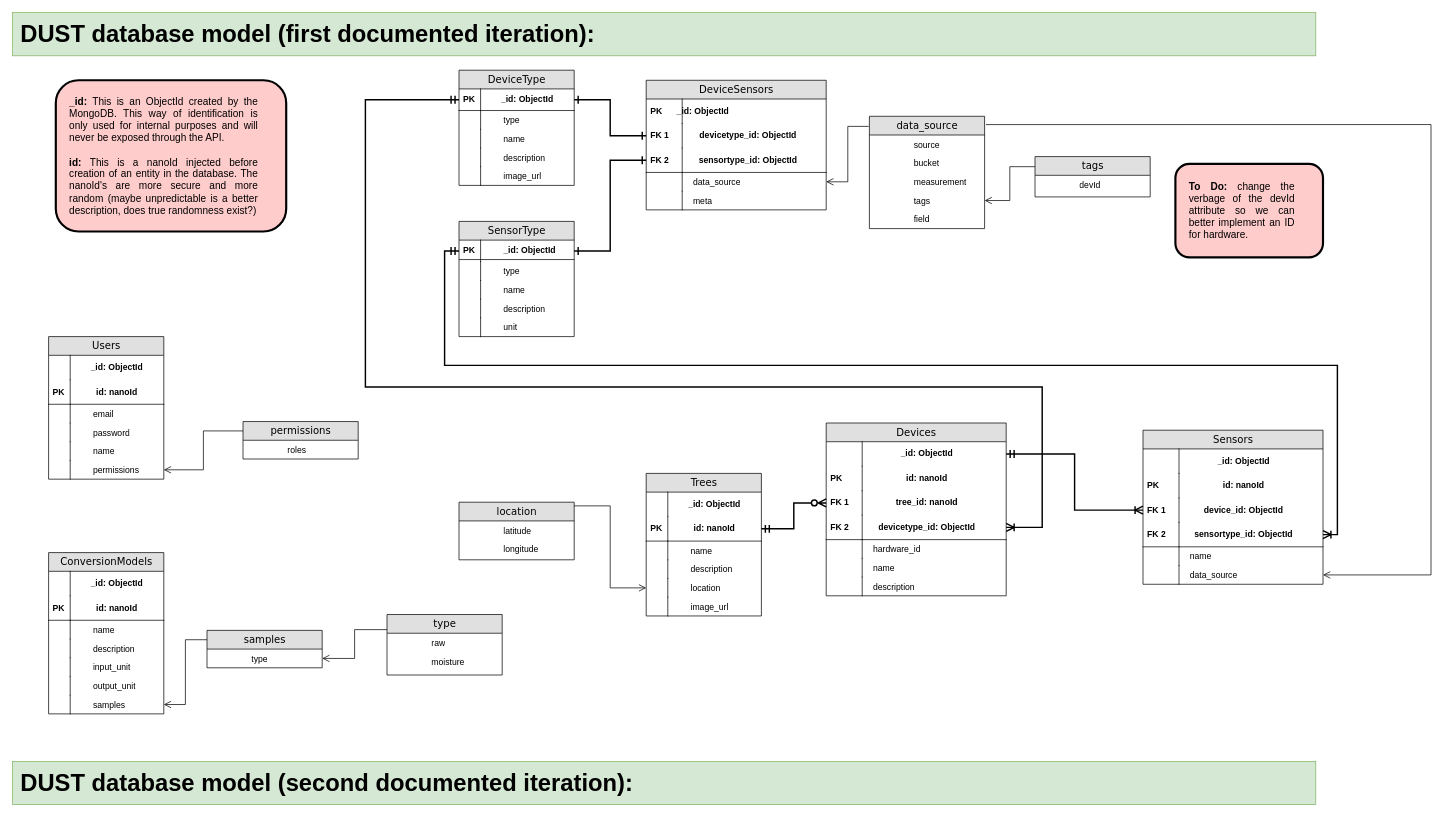
This is backend/img/backend-datamodel.drawio from vives-dust/framework, a draw.io file, before an edit. Source tidied: cells renumbered, new cells numbered last; positions are measured from the earlier drawing's top-left corner, leaving out a move shared by most shapes. Both pictures are drawn from the tidied source at 72%, with x=0, y=0 at pixel (12, 12).
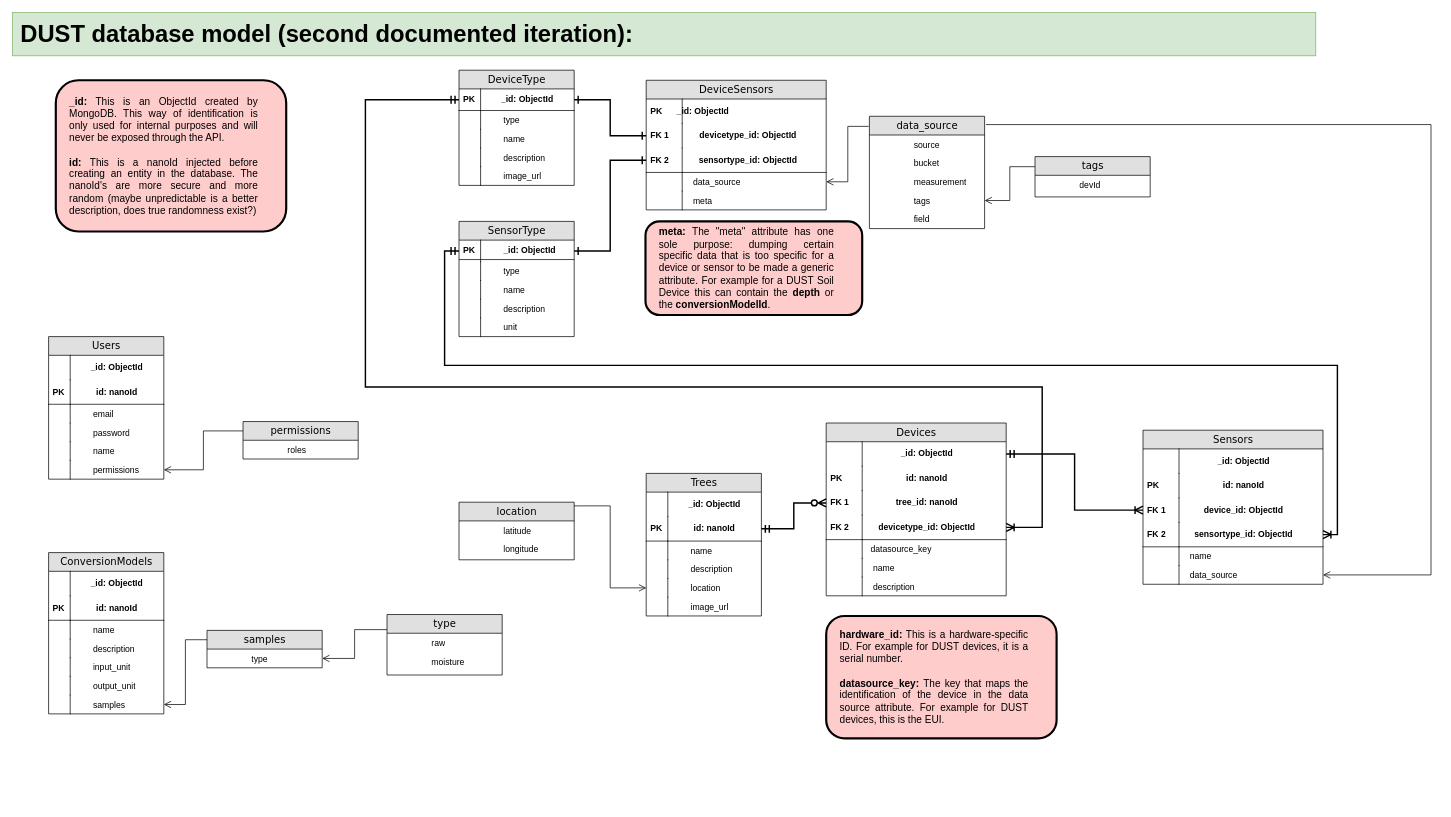
After the change.

The change refers to these unchanged cells:
```xml
<mxCell id="66" value="Devices" style="swimlane;html=1;fontStyle=0;horizontal=1;startSize=26;fillColor=#e0e0e0;swimlaneFillColor=#ffffff;align=center;rounded=0;shadow=0;comic=0;labelBackgroundColor=none;strokeWidth=1;fontFamily=Verdana;fontSize=14;" parent="1" vertex="1">
  <mxGeometry x="1130" y="570" width="250" height="240" as="geometry" />
</mxCell>
```

The edit, as a diff of the source:
```diff
@@
-<mxGraphModel>
+<mxGraphModel background="#ffffff">
@@
-    <mxCell id="42" value="&lt;font style=&quot;font-size: 33px;&quot;&gt;&lt;span style=&quot;font-size: 33px;&quot;&gt;&lt;span style=&quot;white-space: pre; font-size: 33px;&quot;&gt; &lt;/span&gt;DUST database model (first documented iteration):&lt;/span&gt;&lt;/font&gt;" style="rounded=0;whiteSpace=wrap;html=1;fillColor=#d5e8d4;strokeColor=#82b366;align=left;fontStyle=1;fontSize=33;" parent="1" vertex="1">
+    <mxCell id="42" value="&lt;font style=&quot;font-size: 33px;&quot;&gt;&lt;span style=&quot;font-size: 33px;&quot;&gt;&lt;span style=&quot;white-space: pre; font-size: 33px;&quot;&gt; &lt;/span&gt;DUST database model (second documented iteration):&lt;/span&gt;&lt;/font&gt;" style="rounded=0;whiteSpace=wrap;html=1;fillColor=#d5e8d4;strokeColor=#82b366;align=left;fontStyle=1;fontSize=33;" parent="1" vertex="1">
       <mxGeometry width="1810" height="60" as="geometry" />
     </mxCell>
@@
-    <mxCell id="75" value="&lt;span style=&quot;white-space: pre;&quot;&gt; &lt;/span&gt;hardware_id" style="shape=partialRectangle;top=0;left=0;right=0;bottom=0;html=1;align=left;verticalAlign=top;fillColor=none;spacingLeft=60;spacingRight=4;whiteSpace=wrap;overflow=hidden;" parent="66" vertex="1">
+    <mxCell id="75" value="&lt;span style=&quot;white-space: pre;&quot;&gt;datasource_key&lt;/span&gt;" style="shape=partialRectangle;top=0;left=0;right=0;bottom=0;html=1;align=left;verticalAlign=top;fillColor=none;spacingLeft=60;spacingRight=4;whiteSpace=wrap;overflow=hidden;" parent="66" vertex="1">
       <mxGeometry y="162" width="250" height="26" as="geometry" />
     </mxCell>
@@
-    <mxCell id="137" value="&lt;div style=&quot;text-align: justify; font-size: 14px;&quot;&gt;&lt;span style=&quot;background-color: initial; font-size: 14px;&quot;&gt;&lt;font style=&quot;font-size: 14px;&quot;&gt;&lt;b style=&quot;font-size: 14px;&quot;&gt;_id:&lt;/b&gt; This is an ObjectId created by the MongoDB. This way of identification is only used for internal purposes and will never be exposed through the API.&lt;/font&gt;&lt;/span&gt;&lt;/div&gt;&lt;div style=&quot;text-align: justify; font-size: 14px;&quot;&gt;&lt;font style=&quot;font-size: 14px;&quot;&gt;&lt;br style=&quot;font-size: 14px;&quot;&gt;&lt;/font&gt;&lt;/div&gt;&lt;div style=&quot;text-align: justify; font-size: 14px;&quot;&gt;&lt;span style=&quot;background-color: initial; font-size: 14px;&quot;&gt;&lt;font style=&quot;font-size: 14px;&quot;&gt;&lt;b style=&quot;font-size: 14px;&quot;&gt;id:&lt;/b&gt;&amp;nbsp;This is a nanoId injected before creation of an entity in the database. The nanoId's are more secure and more random (maybe unpredictable is a better description, does true randomness exist?)&lt;/font&gt;&lt;/span&gt;&lt;/div&gt;" style="rounded=1;shadow=0;glass=0;sketch=0;strokeColor=default;strokeWidth=3;fontSize=14;fillColor=#ffcccc;rotation=0;align=center;overflow=visible;labelPadding=0;perimeter=rectanglePerimeter;imageAspect=1;imageAlign=left;imageHeight=24;spacingRight=20;spacing=20;labelPosition=center;verticalLabelPosition=middle;verticalAlign=middle;whiteSpace=wrap;html=1;" parent="1" vertex="1">
+    <mxCell id="137" value="&lt;div style=&quot;text-align: justify; font-size: 14px;&quot;&gt;&lt;span style=&quot;background-color: initial; font-size: 14px;&quot;&gt;&lt;font style=&quot;font-size: 14px;&quot;&gt;&lt;b style=&quot;font-size: 14px;&quot;&gt;_id:&lt;/b&gt; This is an ObjectId created by MongoDB. This way of identification is only used for internal purposes and will never be exposed through the API.&lt;/font&gt;&lt;/span&gt;&lt;/div&gt;&lt;div style=&quot;text-align: justify; font-size: 14px;&quot;&gt;&lt;font style=&quot;font-size: 14px;&quot;&gt;&lt;br style=&quot;font-size: 14px;&quot;&gt;&lt;/font&gt;&lt;/div&gt;&lt;div style=&quot;text-align: justify; font-size: 14px;&quot;&gt;&lt;span style=&quot;background-color: initial; font-size: 14px;&quot;&gt;&lt;font style=&quot;font-size: 14px;&quot;&gt;&lt;b style=&quot;font-size: 14px;&quot;&gt;id:&lt;/b&gt;&amp;nbsp;This is a nanoId injected before creating an entity in the database. The nanoId's are more secure and more random (maybe unpredictable is a better description, does true randomness exist?)&lt;/font&gt;&lt;/span&gt;&lt;/div&gt;" style="rounded=1;shadow=0;glass=0;sketch=0;strokeColor=default;strokeWidth=3;fontSize=14;fillColor=#ffcccc;rotation=0;align=center;overflow=visible;labelPadding=0;perimeter=rectanglePerimeter;imageAspect=1;imageAlign=left;imageHeight=24;spacingRight=20;spacing=20;labelPosition=center;verticalLabelPosition=middle;verticalAlign=middle;whiteSpace=wrap;html=1;" parent="1" vertex="1">
       <mxGeometry x="60" y="94" width="320" height="210" as="geometry" />
     </mxCell>
-    <mxCell id="138" value="&lt;font style=&quot;font-size: 33px;&quot;&gt;&lt;span style=&quot;font-size: 33px;&quot;&gt;&lt;span style=&quot;white-space: pre; font-size: 33px;&quot;&gt; &lt;/span&gt;DUST database model (second documented iteration):&lt;/span&gt;&lt;/font&gt;" style="rounded=0;whiteSpace=wrap;html=1;fillColor=#d5e8d4;strokeColor=#82b366;align=left;fontStyle=1;fontSize=33;" parent="1" vertex="1">
-      <mxGeometry y="1040" width="1810" height="60" as="geometry" />
-    </mxCell>
-    <mxCell id="139" value="&lt;div style=&quot;text-align: justify; font-size: 14px;&quot;&gt;&lt;span style=&quot;background-color: initial; font-size: 14px;&quot;&gt;&lt;font style=&quot;font-size: 14px;&quot;&gt;&lt;b style=&quot;font-size: 14px;&quot;&gt;To Do: &lt;/b&gt;change the verbage of the devId attribute so we can better implement an ID for hardware.&lt;/font&gt;&lt;/span&gt;&lt;span style=&quot;background-color: initial; font-size: 14px;&quot;&gt;&amp;nbsp;&lt;/span&gt;&lt;/div&gt;" style="rounded=1;shadow=0;glass=0;sketch=0;strokeColor=default;strokeWidth=3;fontSize=14;fillColor=#ffcccc;rotation=0;align=center;overflow=visible;labelPadding=0;perimeter=rectanglePerimeter;imageAspect=1;imageAlign=left;imageHeight=24;spacingRight=20;spacing=20;labelPosition=center;verticalLabelPosition=middle;verticalAlign=middle;whiteSpace=wrap;html=1;" parent="1" vertex="1">
-      <mxGeometry x="1615" y="210" width="205" height="130" as="geometry" />
+    <mxCell id="139" value="&lt;div style=&quot;text-align: justify; font-size: 14px;&quot;&gt;&lt;span style=&quot;background-color: initial; font-size: 14px;&quot;&gt;&lt;font style=&quot;font-size: 14px;&quot;&gt;&lt;b style=&quot;font-size: 14px;&quot;&gt;meta: &lt;/b&gt;&lt;span style=&quot;font-size: 14px;&quot;&gt;The &quot;meta&quot; attribute has one sole purpose: dumping certain specific&lt;/span&gt;&lt;/font&gt;&lt;/span&gt;&lt;span style=&quot;background-color: initial; font-size: 14px;&quot;&gt;&amp;nbsp;data that is too specific for a device or sensor to be made a generic attribute. For example for a DUST Soil Device this can contain the &lt;b&gt;depth&lt;/b&gt;&amp;nbsp;or the &lt;b&gt;conversionModelId&lt;/b&gt;.&lt;/span&gt;&lt;/div&gt;" style="rounded=1;shadow=0;glass=0;sketch=0;strokeColor=default;strokeWidth=3;fontSize=14;fillColor=#ffcccc;rotation=0;align=center;overflow=visible;labelPadding=0;perimeter=rectanglePerimeter;imageAspect=1;imageAlign=left;imageHeight=24;spacingRight=20;spacing=20;labelPosition=center;verticalLabelPosition=middle;verticalAlign=middle;whiteSpace=wrap;html=1;" parent="1" vertex="1">
+      <mxGeometry x="879" y="290" width="301" height="130" as="geometry" />
     </mxCell>
+    <mxCell id="140" value="&lt;div style=&quot;text-align: justify; font-size: 14px;&quot;&gt;&lt;span style=&quot;background-color: initial; font-size: 14px;&quot;&gt;&lt;font style=&quot;font-size: 14px;&quot;&gt;&lt;b style=&quot;font-size: 14px;&quot;&gt;hardware_id:&lt;/b&gt; This is a hardware-specific ID. For example for DUST devices, it is a serial number.&lt;/font&gt;&lt;/span&gt;&lt;/div&gt;&lt;div style=&quot;text-align: justify; font-size: 14px;&quot;&gt;&lt;font style=&quot;font-size: 14px;&quot;&gt;&lt;br style=&quot;font-size: 14px;&quot;&gt;&lt;/font&gt;&lt;/div&gt;&lt;div style=&quot;text-align: justify; font-size: 14px;&quot;&gt;&lt;span style=&quot;background-color: initial; font-size: 14px;&quot;&gt;&lt;font style=&quot;font-size: 14px;&quot;&gt;&lt;b style=&quot;font-size: 14px;&quot;&gt;datasource_key: &lt;/b&gt;&lt;span style=&quot;font-size: 14px;&quot;&gt;The key that maps the identification of the device in the data source attribute. For example for DUST devices, this is the EUI.&lt;/span&gt;&lt;/font&gt;&lt;/span&gt;&lt;/div&gt;" style="rounded=1;shadow=0;glass=0;sketch=0;strokeColor=default;strokeWidth=3;fontSize=14;fillColor=#ffcccc;rotation=0;align=center;overflow=visible;labelPadding=0;perimeter=rectanglePerimeter;imageAspect=1;imageAlign=left;imageHeight=24;spacingRight=20;spacing=20;labelPosition=center;verticalLabelPosition=middle;verticalAlign=middle;whiteSpace=wrap;html=1;" parent="1" vertex="1">
+      <mxGeometry x="1130" y="838" width="320" height="170" as="geometry" />
+    </mxCell>
```
